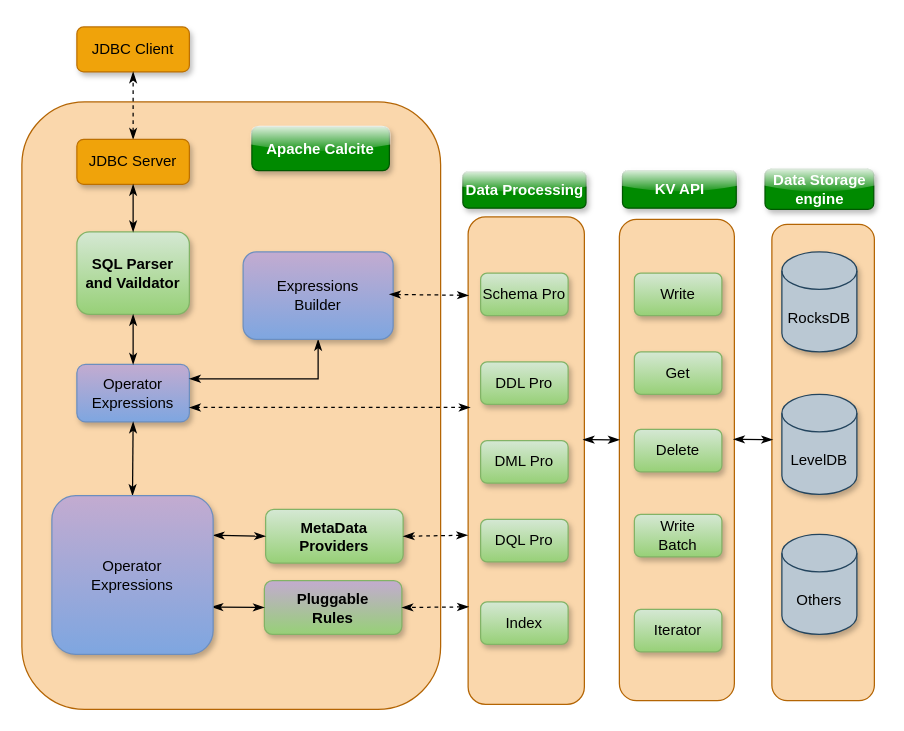
Before: Untitled Diagram.drawio in arlottang/tdh_bit, a draw.io diagram. Source tidied: cells renumbered, new cells numbered last; positions are measured from the earlier drawing's top-left corner, leaving out a move shared by most shapes. Both pictures are drawn from the tidied source at 125%, with x=0, y=0 at pixel (21, 26).
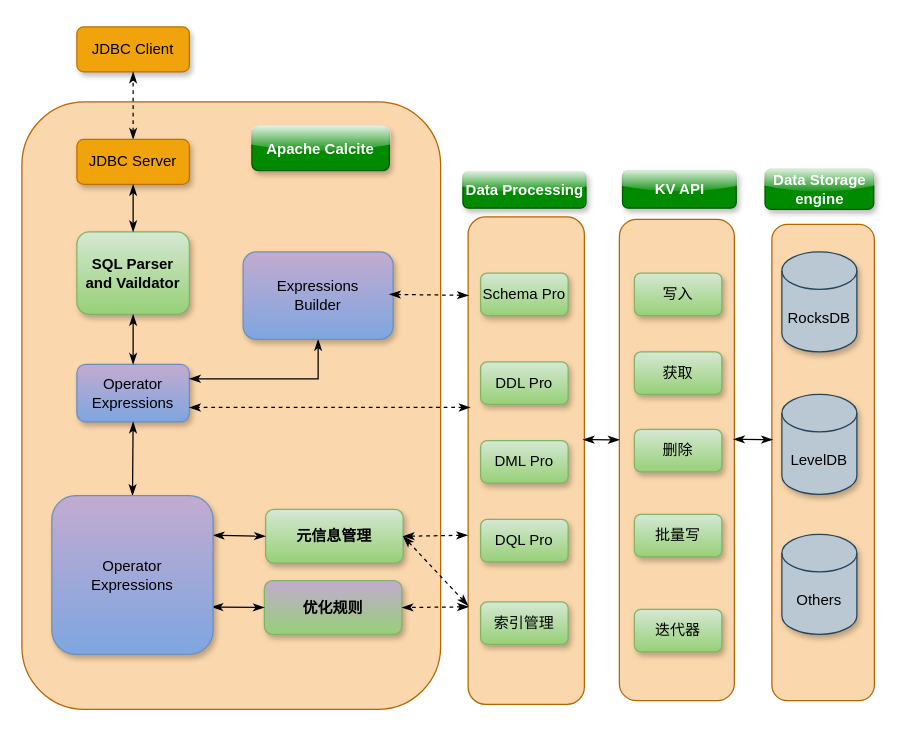
After the change.

Diff of the diagram source:
```diff
@@
-    <mxCell id="11" value="MetaData&lt;br&gt;Providers" style="rounded=1;whiteSpace=wrap;html=1;shadow=1;glass=0;hachureGap=4;strokeWidth=1;fillColor=#d5e8d4;fontStyle=1;gradientColor=#97d077;strokeColor=#82b366;" parent="1" vertex="1">
+    <mxCell id="11" value="元信息管理" style="rounded=1;whiteSpace=wrap;html=1;shadow=1;glass=0;hachureGap=4;strokeWidth=1;fillColor=#d5e8d4;fontStyle=1;gradientColor=#97d077;strokeColor=#82b366;" parent="1" vertex="1">
       <mxGeometry x="195" y="386" width="110" height="43" as="geometry" />
     </mxCell>
-    <mxCell id="12" value="Pluggable&lt;br&gt;Rules" style="rounded=1;whiteSpace=wrap;html=1;shadow=1;glass=0;hachureGap=4;strokeWidth=1;fillColor=#C3ABD0;fontStyle=1;gradientColor=#97d077;strokeColor=#82b366;" parent="1" vertex="1">
+    <mxCell id="12" value="优化规则" style="rounded=1;whiteSpace=wrap;html=1;shadow=1;glass=0;hachureGap=4;strokeWidth=1;fillColor=#C3ABD0;fontStyle=1;gradientColor=#97d077;strokeColor=#82b366;" parent="1" vertex="1">
       <mxGeometry x="194" y="443" width="110" height="43" as="geometry" />
     </mxCell>
@@
-    <mxCell id="37" value="Write" style="rounded=1;whiteSpace=wrap;html=1;shadow=1;glass=0;hachureGap=4;strokeWidth=1;fillColor=#d5e8d4;strokeColor=#82b366;gradientColor=#97d077;" parent="1" vertex="1">
+    <mxCell id="37" value="写入" style="rounded=1;whiteSpace=wrap;html=1;shadow=1;glass=0;hachureGap=4;strokeWidth=1;fillColor=#d5e8d4;strokeColor=#82b366;gradientColor=#97d077;" parent="1" vertex="1">
       <mxGeometry x="490" y="197" width="70" height="34" as="geometry" />
     </mxCell>
-    <mxCell id="38" value="Get" style="rounded=1;whiteSpace=wrap;html=1;shadow=1;glass=0;hachureGap=4;strokeWidth=1;fillColor=#d5e8d4;strokeColor=#82b366;gradientColor=#97d077;" parent="1" vertex="1">
+    <mxCell id="38" value="获取" style="rounded=1;whiteSpace=wrap;html=1;shadow=1;glass=0;hachureGap=4;strokeWidth=1;fillColor=#d5e8d4;strokeColor=#82b366;gradientColor=#97d077;" parent="1" vertex="1">
       <mxGeometry x="490" y="260" width="70" height="34" as="geometry" />
     </mxCell>
-    <mxCell id="39" value="Delete" style="rounded=1;whiteSpace=wrap;html=1;shadow=1;glass=0;hachureGap=4;strokeWidth=1;fillColor=#d5e8d4;strokeColor=#82b366;gradientColor=#97d077;" parent="1" vertex="1">
+    <mxCell id="39" value="删除" style="rounded=1;whiteSpace=wrap;html=1;shadow=1;glass=0;hachureGap=4;strokeWidth=1;fillColor=#d5e8d4;strokeColor=#82b366;gradientColor=#97d077;" parent="1" vertex="1">
       <mxGeometry x="490" y="322" width="70" height="34" as="geometry" />
     </mxCell>
-    <mxCell id="40" value="Write&lt;br&gt;Batch" style="rounded=1;whiteSpace=wrap;html=1;shadow=1;glass=0;hachureGap=4;strokeWidth=1;fillColor=#d5e8d4;strokeColor=#82b366;gradientColor=#97d077;" parent="1" vertex="1">
+    <mxCell id="40" value="批量写" style="rounded=1;whiteSpace=wrap;html=1;shadow=1;glass=0;hachureGap=4;strokeWidth=1;fillColor=#d5e8d4;strokeColor=#82b366;gradientColor=#97d077;" parent="1" vertex="1">
       <mxGeometry x="490" y="390" width="70" height="34" as="geometry" />
     </mxCell>
-    <mxCell id="41" value="Iterator" style="rounded=1;whiteSpace=wrap;html=1;shadow=1;glass=0;hachureGap=4;strokeWidth=1;fillColor=#d5e8d4;strokeColor=#82b366;gradientColor=#97d077;" parent="1" vertex="1">
+    <mxCell id="41" value="迭代器" style="rounded=1;whiteSpace=wrap;html=1;shadow=1;glass=0;hachureGap=4;strokeWidth=1;fillColor=#d5e8d4;strokeColor=#82b366;gradientColor=#97d077;" parent="1" vertex="1">
       <mxGeometry x="490" y="466" width="70" height="34" as="geometry" />
     </mxCell>
-    <mxCell id="42" value="Index" style="rounded=1;whiteSpace=wrap;html=1;shadow=1;glass=0;hachureGap=4;strokeWidth=1;fillColor=#d5e8d4;gradientColor=#97d077;strokeColor=#82b366;" parent="1" vertex="1">
+    <mxCell id="42" value="索引管理" style="rounded=1;whiteSpace=wrap;html=1;shadow=1;glass=0;hachureGap=4;strokeWidth=1;fillColor=#d5e8d4;gradientColor=#97d077;strokeColor=#82b366;" parent="1" vertex="1">
       <mxGeometry x="367" y="460" width="70" height="34" as="geometry" />
     </mxCell>
@@
+    <mxCell id="44" style="edgeStyle=none;curved=1;rounded=0;jettySize=auto;html=1;endArrow=classicThin;sourcePerimeterSpacing=8;targetPerimeterSpacing=8;dashed=1;startArrow=classicThin;startFill=1;endFill=1;entryX=1;entryY=0.5;entryDx=0;entryDy=0;" parent="1" edge="1" target="11">
+      <mxGeometry relative="1" as="geometry">
+        <mxPoint x="357" y="463" as="sourcePoint" />
+      </mxGeometry>
+    </mxCell>
```
